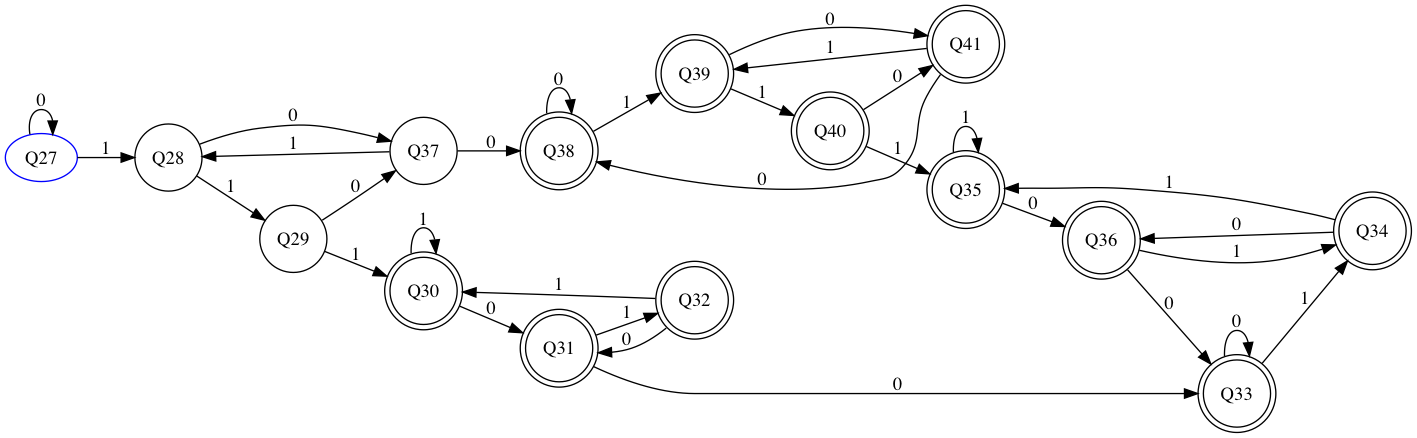
Before: res.png, a diagram exported from Graphviz (Ruting-Team/CGH-STDLIB). Its source is kept beside it as res.dot.
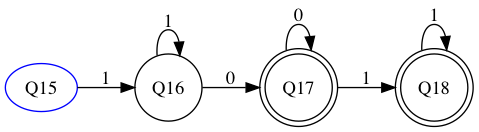
After the change.

Change to the diagram source:
```diff
@@ -1,37 +1,13 @@
 digraph {
 rankdir=LR;
-Q27[color=blue];
+Q15[color=blue];
 node [shape=doublecircle];
-Q40 Q41 Q36 Q38 Q35 Q31 Q33 Q32 Q34 Q39 Q30 ;
+Q18 Q17 ;
 node [shape=circle];
-Q41 -> Q38[label="0"];
-Q41 -> Q39[label="1"];
-Q38 -> Q38[label="0"];
-Q38 -> Q39[label="1"];
-Q40 -> Q41[label="0"];
-Q40 -> Q35[label="1"];
-Q39 -> Q41[label="0"];
-Q39 -> Q40[label="1"];
-Q34 -> Q36[label="0"];
-Q34 -> Q35[label="1"];
-Q37 -> Q38[label="0"];
-Q37 -> Q28[label="1"];
-Q36 -> Q33[label="0"];
-Q36 -> Q34[label="1"];
-Q30 -> Q31[label="0"];
-Q30 -> Q30[label="1"];
-Q28 -> Q37[label="0"];
-Q28 -> Q29[label="1"];
-Q32 -> Q31[label="0"];
-Q32 -> Q30[label="1"];
-Q29 -> Q37[label="0"];
-Q29 -> Q30[label="1"];
-Q35 -> Q36[label="0"];
-Q35 -> Q35[label="1"];
-Q33 -> Q33[label="0"];
-Q33 -> Q34[label="1"];
-Q31 -> Q33[label="0"];
-Q31 -> Q32[label="1"];
-Q27 -> Q27[label="0"];
-Q27 -> Q28[label="1"];
+Q17 -> Q17[label="0"];
+Q17 -> Q18[label="1"];
+Q18 -> Q18[label="1"];
+Q16 -> Q16[label="1"];
+Q16 -> Q17[label="0"];
+Q15 -> Q16[label="1"];
 }
```
